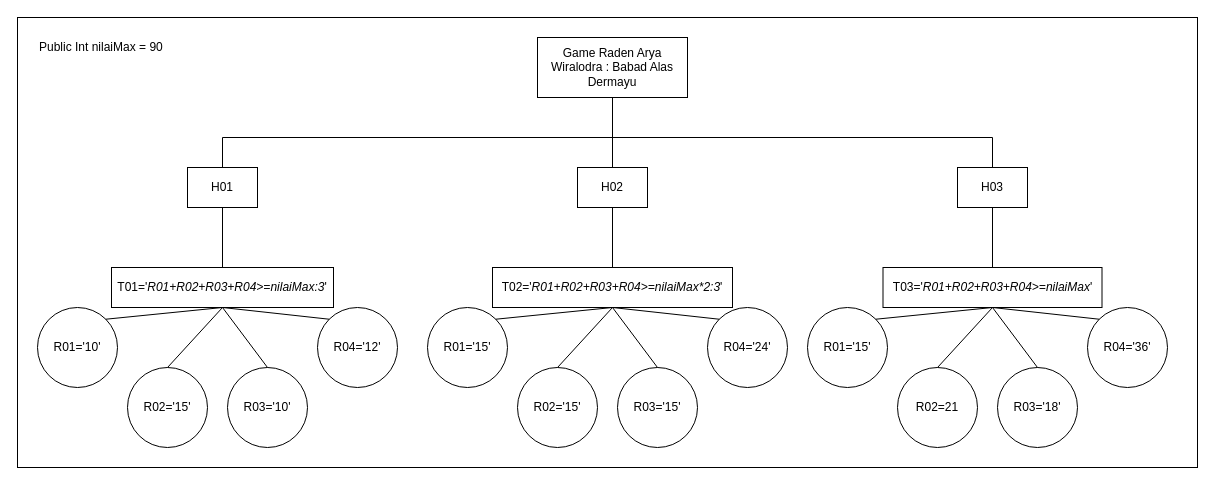
The draw.io diagram Inference tree review.drawio in aduar242/ClassDiagram, before the edit. Source tidied: cells renumbered, new cells numbered last; positions are measured from the earlier drawing's top-left corner, leaving out a move shared by most shapes. Both pictures are drawn from the tidied source at 100%, with x=0, y=0 at pixel (17, 17).
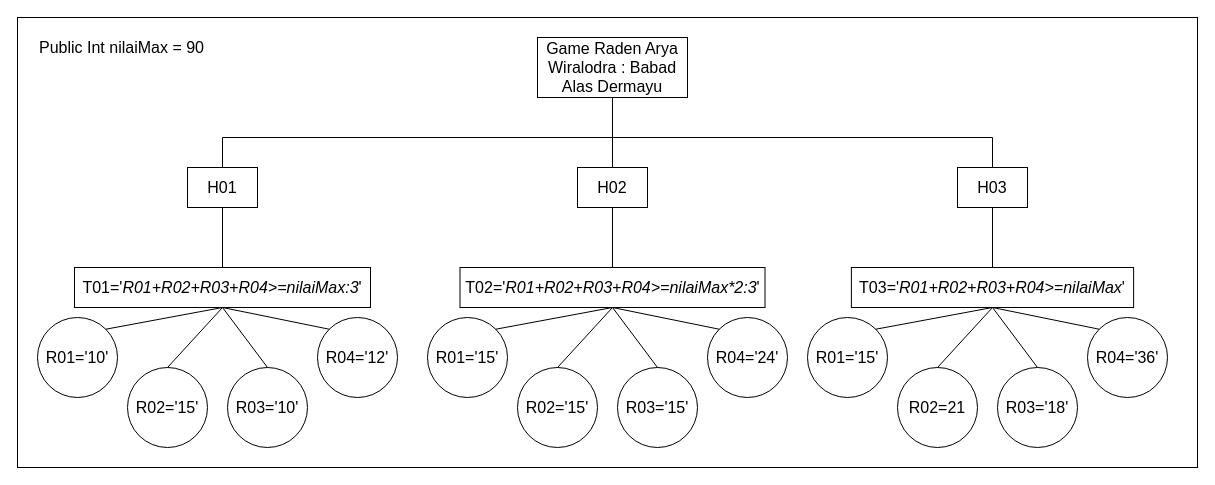
The same diagram, later.

The edit, as a diff of the source:
```diff
@@
-    <mxCell id="2" style="rounded=0;whiteSpace=wrap;html=1;" parent="1" vertex="1">
+    <mxCell id="2" style="rounded=0;whiteSpace=wrap;html=1;fontSize=16;" parent="1" vertex="1">
       <mxGeometry width="1180" height="450" as="geometry" />
     </mxCell>
-    <mxCell id="3" style="edgeStyle=orthogonalEdgeStyle;rounded=0;jettySize=auto;html=1;entryX=0.5;entryY=0;entryDx=0;entryDy=0;endArrow=none;endFill=0;" parent="1" edge="1" source="6" target="10">
+    <mxCell id="3" style="edgeStyle=orthogonalEdgeStyle;rounded=0;jettySize=auto;html=1;entryX=0.5;entryY=0;entryDx=0;entryDy=0;endArrow=none;endFill=0;fontSize=16;" parent="1" edge="1" source="6" target="10">
       <mxGeometry relative="1" as="geometry" />
     </mxCell>
-    <mxCell id="4" style="edgeStyle=orthogonalEdgeStyle;rounded=0;jettySize=auto;html=1;entryX=0.5;entryY=0;entryDx=0;entryDy=0;endArrow=none;endFill=0;" parent="1" edge="1" source="6" target="8">
+    <mxCell id="4" style="edgeStyle=orthogonalEdgeStyle;rounded=0;jettySize=auto;html=1;entryX=0.5;entryY=0;entryDx=0;entryDy=0;endArrow=none;endFill=0;fontSize=16;" parent="1" edge="1" source="6" target="8">
       <mxGeometry relative="1" as="geometry">
         <Array as="points">
           <mxPoint x="595" y="120" />
           <mxPoint x="205" y="120" />
         </Array>
       </mxGeometry>
     </mxCell>
-    <mxCell id="5" style="edgeStyle=orthogonalEdgeStyle;rounded=0;jettySize=auto;html=1;entryX=0.5;entryY=0;entryDx=0;entryDy=0;endArrow=none;endFill=0;" parent="1" edge="1" source="6" target="12">
+    <mxCell id="5" style="edgeStyle=orthogonalEdgeStyle;rounded=0;jettySize=auto;html=1;entryX=0.5;entryY=0;entryDx=0;entryDy=0;endArrow=none;endFill=0;fontSize=16;" parent="1" edge="1" source="6" target="12">
       <mxGeometry relative="1" as="geometry">
         <Array as="points">
           <mxPoint x="595" y="120" />
           <mxPoint x="975" y="120" />
         </Array>
       </mxGeometry>
     </mxCell>
-    <mxCell id="6" value="&lt;span lang=&quot;EN-US&quot;&gt;Game&lt;/span&gt;&lt;i&gt;&lt;span lang=&quot;EN-US&quot;&gt; &lt;/span&gt;&lt;/i&gt;&lt;span lang=&quot;EN-US&quot;&gt;Raden Arya Wiralodra : Babad Alas Dermayu&lt;/span&gt;" style="rounded=0;whiteSpace=wrap;html=1;" parent="1" vertex="1">
+    <mxCell id="6" value="&lt;span style=&quot;font-size: 16px;&quot; lang=&quot;EN-US&quot;&gt;Game&lt;/span&gt;&lt;i style=&quot;font-size: 16px;&quot;&gt;&lt;span style=&quot;font-size: 16px;&quot; lang=&quot;EN-US&quot;&gt; &lt;/span&gt;&lt;/i&gt;&lt;span style=&quot;font-size: 16px;&quot; lang=&quot;EN-US&quot;&gt;Raden Arya Wiralodra : Babad Alas Dermayu&lt;/span&gt;" style="rounded=0;whiteSpace=wrap;html=1;fontSize=16;" parent="1" vertex="1">
       <mxGeometry x="520" y="20" width="150" height="60" as="geometry" />
     </mxCell>
-    <mxCell id="7" style="edgeStyle=orthogonalEdgeStyle;rounded=0;jettySize=auto;html=1;entryX=0.5;entryY=0;entryDx=0;entryDy=0;endArrow=none;endFill=0;" parent="1" edge="1" source="8" target="13">
+    <mxCell id="7" style="edgeStyle=orthogonalEdgeStyle;rounded=0;jettySize=auto;html=1;entryX=0.5;entryY=0;entryDx=0;entryDy=0;endArrow=none;endFill=0;fontSize=16;" parent="1" edge="1" source="8" target="13">
       <mxGeometry relative="1" as="geometry" />
     </mxCell>
-    <mxCell id="8" value="H01" style="rounded=0;whiteSpace=wrap;html=1;" parent="1" vertex="1">
+    <mxCell id="8" value="H01" style="rounded=0;whiteSpace=wrap;html=1;fontSize=16;" parent="1" vertex="1">
       <mxGeometry x="170" y="150" width="70" height="40" as="geometry" />
     </mxCell>
-    <mxCell id="9" style="edgeStyle=orthogonalEdgeStyle;rounded=0;jettySize=auto;html=1;entryX=0.5;entryY=0;entryDx=0;entryDy=0;endArrow=none;endFill=0;" parent="1" edge="1" source="10" target="22">
+    <mxCell id="9" style="edgeStyle=orthogonalEdgeStyle;rounded=0;jettySize=auto;html=1;entryX=0.5;entryY=0;entryDx=0;entryDy=0;endArrow=none;endFill=0;fontSize=16;" parent="1" edge="1" source="10" target="22">
       <mxGeometry relative="1" as="geometry" />
     </mxCell>
-    <mxCell id="10" value="H02" style="rounded=0;whiteSpace=wrap;html=1;" parent="1" vertex="1">
+    <mxCell id="10" value="H02" style="rounded=0;whiteSpace=wrap;html=1;fontSize=16;" parent="1" vertex="1">
       <mxGeometry x="560" y="150" width="70" height="40" as="geometry" />
     </mxCell>
-    <mxCell id="11" style="edgeStyle=orthogonalEdgeStyle;rounded=0;jettySize=auto;html=1;entryX=0.5;entryY=0;entryDx=0;entryDy=0;endArrow=none;endFill=0;" parent="1" edge="1" source="12" target="31">
+    <mxCell id="11" style="edgeStyle=orthogonalEdgeStyle;rounded=0;jettySize=auto;html=1;entryX=0.5;entryY=0;entryDx=0;entryDy=0;endArrow=none;endFill=0;fontSize=16;" parent="1" edge="1" source="12" target="31">
       <mxGeometry relative="1" as="geometry" />
     </mxCell>
-    <mxCell id="12" value="H03" style="rounded=0;whiteSpace=wrap;html=1;" parent="1" vertex="1">
+    <mxCell id="12" value="H03" style="rounded=0;whiteSpace=wrap;html=1;fontSize=16;" parent="1" vertex="1">
       <mxGeometry x="940" y="150" width="70" height="40" as="geometry" />
     </mxCell>
-    <mxCell id="13" value="T01='&lt;i&gt;&lt;span lang=&quot;EN-US&quot;&gt;R01+R02+R03+R04&amp;gt;=nilaiMax:3&lt;/span&gt;&lt;/i&gt;'" style="rounded=0;whiteSpace=wrap;html=1;" parent="1" vertex="1">
-      <mxGeometry x="94" y="250" width="222" height="40" as="geometry" />
+    <mxCell id="13" value="T01='&lt;i style=&quot;font-size: 16px;&quot;&gt;&lt;span style=&quot;font-size: 16px;&quot; lang=&quot;EN-US&quot;&gt;R01+R02+R03+R04&amp;gt;=nilaiMax:3&lt;/span&gt;&lt;/i&gt;'" style="rounded=0;whiteSpace=wrap;html=1;fontSize=16;" parent="1" vertex="1">
+      <mxGeometry x="57" y="250" width="296" height="40" as="geometry" />
     </mxCell>
-    <mxCell id="14" value="R02='15'" style="ellipse;whiteSpace=wrap;html=1;" parent="1" vertex="1">
+    <mxCell id="14" value="R02='15'" style="ellipse;whiteSpace=wrap;html=1;fontSize=16;" parent="1" vertex="1">
       <mxGeometry x="110" y="350" width="80" height="80" as="geometry" />
     </mxCell>
-    <mxCell id="15" value="&lt;div&gt;R03='10'&lt;/div&gt;" style="ellipse;whiteSpace=wrap;html=1;" parent="1" vertex="1">
+    <mxCell id="15" value="&lt;div style=&quot;font-size: 16px;&quot;&gt;R03='10'&lt;/div&gt;" style="ellipse;whiteSpace=wrap;html=1;fontSize=16;" parent="1" vertex="1">
       <mxGeometry x="210" y="350" width="80" height="80" as="geometry" />
     </mxCell>
-    <mxCell id="16" value="R04='12'" style="ellipse;whiteSpace=wrap;html=1;" parent="1" vertex="1">
-      <mxGeometry x="300" y="290" width="80" height="80" as="geometry" />
+    <mxCell id="16" value="R04='12'" style="ellipse;whiteSpace=wrap;html=1;fontSize=16;" parent="1" vertex="1">
+      <mxGeometry x="300" y="300" width="80" height="80" as="geometry" />
     </mxCell>
-    <mxCell id="17" value="&lt;div&gt;R01='10'&lt;/div&gt;" style="ellipse;whiteSpace=wrap;html=1;" parent="1" vertex="1">
-      <mxGeometry x="20" y="290" width="80" height="80" as="geometry" />
+    <mxCell id="17" value="&lt;div style=&quot;font-size: 16px;&quot;&gt;R01='10'&lt;/div&gt;" style="ellipse;whiteSpace=wrap;html=1;fontSize=16;" parent="1" vertex="1">
+      <mxGeometry x="20" y="300" width="80" height="80" as="geometry" />
     </mxCell>
-    <mxCell id="18" style="endArrow=none;html=1;exitX=0.5;exitY=1;exitDx=0;exitDy=0;entryX=1;entryY=0;entryDx=0;entryDy=0;" parent="1" edge="1" source="13" target="17">
+    <mxCell id="18" style="endArrow=none;html=1;exitX=0.5;exitY=1;exitDx=0;exitDy=0;entryX=1;entryY=0;entryDx=0;entryDy=0;fontSize=16;" parent="1" edge="1" source="13" target="17">
       <mxGeometry relative="1" as="geometry" />
     </mxCell>
-    <mxCell id="19" style="endArrow=none;html=1;exitX=0.5;exitY=1;exitDx=0;exitDy=0;entryX=0.5;entryY=0;entryDx=0;entryDy=0;" parent="1" edge="1" target="14">
+    <mxCell id="19" style="endArrow=none;html=1;exitX=0.5;exitY=1;exitDx=0;exitDy=0;entryX=0.5;entryY=0;entryDx=0;entryDy=0;fontSize=16;" parent="1" edge="1" target="14">
       <mxGeometry relative="1" as="geometry">
         <mxPoint x="205" y="290" as="sourcePoint" />
       </mxGeometry>
     </mxCell>
-    <mxCell id="20" style="endArrow=none;html=1;exitX=0.5;exitY=1;exitDx=0;exitDy=0;entryX=0.5;entryY=0;entryDx=0;entryDy=0;" parent="1" edge="1" target="15">
+    <mxCell id="20" style="endArrow=none;html=1;exitX=0.5;exitY=1;exitDx=0;exitDy=0;entryX=0.5;entryY=0;entryDx=0;entryDy=0;fontSize=16;" parent="1" edge="1" target="15">
       <mxGeometry relative="1" as="geometry">
         <mxPoint x="205" y="290" as="sourcePoint" />
       </mxGeometry>
     </mxCell>
-    <mxCell id="21" style="endArrow=none;html=1;exitX=0.5;exitY=1;exitDx=0;exitDy=0;entryX=0;entryY=0;entryDx=0;entryDy=0;" parent="1" edge="1" target="16">
+    <mxCell id="21" style="endArrow=none;html=1;exitX=0.5;exitY=1;exitDx=0;exitDy=0;entryX=0;entryY=0;entryDx=0;entryDy=0;fontSize=16;" parent="1" edge="1" target="16">
       <mxGeometry relative="1" as="geometry">
         <mxPoint x="205" y="290" as="sourcePoint" />
       </mxGeometry>
     </mxCell>
-    <mxCell id="22" value="T02='&lt;i&gt;&lt;span lang=&quot;EN-US&quot;&gt;R01+R02+R03+R04&amp;gt;=&lt;/span&gt;&lt;/i&gt;&lt;i&gt;&lt;span lang=&quot;EN-US&quot;&gt;nilaiMax*2:3&lt;/span&gt;&lt;/i&gt;'" style="rounded=0;whiteSpace=wrap;html=1;" parent="1" vertex="1">
-      <mxGeometry x="475" y="250" width="240" height="40" as="geometry" />
+    <mxCell id="22" value="T02='&lt;i style=&quot;font-size: 16px;&quot;&gt;&lt;span style=&quot;font-size: 16px;&quot; lang=&quot;EN-US&quot;&gt;R01+R02+R03+R04&amp;gt;=&lt;/span&gt;&lt;/i&gt;&lt;i style=&quot;font-size: 16px;&quot;&gt;&lt;span style=&quot;font-size: 16px;&quot; lang=&quot;EN-US&quot;&gt;nilaiMax*2:3&lt;/span&gt;&lt;/i&gt;'" style="rounded=0;whiteSpace=wrap;html=1;fontSize=16;" parent="1" vertex="1">
+      <mxGeometry x="442.5" y="250" width="305" height="40" as="geometry" />
     </mxCell>
-    <mxCell id="23" value="R02='15'" style="ellipse;whiteSpace=wrap;html=1;" parent="1" vertex="1">
+    <mxCell id="23" value="R02='15'" style="ellipse;whiteSpace=wrap;html=1;fontSize=16;" parent="1" vertex="1">
       <mxGeometry x="500" y="350" width="80" height="80" as="geometry" />
     </mxCell>
-    <mxCell id="24" value="&lt;div&gt;R03='15'&lt;/div&gt;" style="ellipse;whiteSpace=wrap;html=1;" parent="1" vertex="1">
+    <mxCell id="24" value="&lt;div style=&quot;font-size: 16px;&quot;&gt;R03='15'&lt;/div&gt;" style="ellipse;whiteSpace=wrap;html=1;fontSize=16;" parent="1" vertex="1">
       <mxGeometry x="600" y="350" width="80" height="80" as="geometry" />
     </mxCell>
-    <mxCell id="25" value="R04='24'" style="ellipse;whiteSpace=wrap;html=1;" parent="1" vertex="1">
-      <mxGeometry x="690" y="290" width="80" height="80" as="geometry" />
+    <mxCell id="25" value="R04='24'" style="ellipse;whiteSpace=wrap;html=1;fontSize=16;" parent="1" vertex="1">
+      <mxGeometry x="690" y="300" width="80" height="80" as="geometry" />
     </mxCell>
-    <mxCell id="26" value="&lt;div&gt;R01='15'&lt;/div&gt;" style="ellipse;whiteSpace=wrap;html=1;" parent="1" vertex="1">
-      <mxGeometry x="410" y="290" width="80" height="80" as="geometry" />
+    <mxCell id="26" value="&lt;div style=&quot;font-size: 16px;&quot;&gt;R01='15'&lt;/div&gt;" style="ellipse;whiteSpace=wrap;html=1;fontSize=16;" parent="1" vertex="1">
+      <mxGeometry x="410" y="300" width="80" height="80" as="geometry" />
     </mxCell>
-    <mxCell id="27" style="endArrow=none;html=1;exitX=0.5;exitY=1;exitDx=0;exitDy=0;entryX=1;entryY=0;entryDx=0;entryDy=0;" parent="1" edge="1" source="22" target="26">
+    <mxCell id="27" style="endArrow=none;html=1;exitX=0.5;exitY=1;exitDx=0;exitDy=0;entryX=1;entryY=0;entryDx=0;entryDy=0;fontSize=16;" parent="1" edge="1" source="22" target="26">
       <mxGeometry relative="1" as="geometry" />
     </mxCell>
-    <mxCell id="28" style="endArrow=none;html=1;exitX=0.5;exitY=1;exitDx=0;exitDy=0;entryX=0.5;entryY=0;entryDx=0;entryDy=0;" parent="1" edge="1" target="23">
+    <mxCell id="28" style="endArrow=none;html=1;exitX=0.5;exitY=1;exitDx=0;exitDy=0;entryX=0.5;entryY=0;entryDx=0;entryDy=0;fontSize=16;" parent="1" edge="1" target="23">
       <mxGeometry relative="1" as="geometry">
         <mxPoint x="595" y="290" as="sourcePoint" />
       </mxGeometry>
     </mxCell>
-    <mxCell id="29" style="endArrow=none;html=1;exitX=0.5;exitY=1;exitDx=0;exitDy=0;entryX=0.5;entryY=0;entryDx=0;entryDy=0;" parent="1" edge="1" target="24">
+    <mxCell id="29" style="endArrow=none;html=1;exitX=0.5;exitY=1;exitDx=0;exitDy=0;entryX=0.5;entryY=0;entryDx=0;entryDy=0;fontSize=16;" parent="1" edge="1" target="24">
       <mxGeometry relative="1" as="geometry">
         <mxPoint x="595" y="290" as="sourcePoint" />
       </mxGeometry>
     </mxCell>
-    <mxCell id="30" style="endArrow=none;html=1;exitX=0.5;exitY=1;exitDx=0;exitDy=0;entryX=0;entryY=0;entryDx=0;entryDy=0;" parent="1" edge="1" target="25">
+    <mxCell id="30" style="endArrow=none;html=1;exitX=0.5;exitY=1;exitDx=0;exitDy=0;entryX=0;entryY=0;entryDx=0;entryDy=0;fontSize=16;" parent="1" edge="1" target="25">
       <mxGeometry relative="1" as="geometry">
         <mxPoint x="595" y="290" as="sourcePoint" />
       </mxGeometry>
     </mxCell>
-    <mxCell id="31" value="&lt;div&gt;T03='&lt;i&gt;&lt;span lang=&quot;EN-US&quot;&gt;R01+R02+R03+R04&amp;gt;=&lt;/span&gt;&lt;/i&gt;&lt;i&gt;&lt;span lang=&quot;EN-US&quot;&gt;nilaiMax&lt;/span&gt;&lt;/i&gt;'&lt;/div&gt;" style="rounded=0;whiteSpace=wrap;html=1;" parent="1" vertex="1">
-      <mxGeometry x="865.5" y="250" width="219" height="40" as="geometry" />
+    <mxCell id="31" value="&lt;div style=&quot;font-size: 16px;&quot;&gt;T03='&lt;i style=&quot;font-size: 16px;&quot;&gt;&lt;span style=&quot;font-size: 16px;&quot; lang=&quot;EN-US&quot;&gt;R01+R02+R03+R04&amp;gt;=&lt;/span&gt;&lt;/i&gt;&lt;i style=&quot;font-size: 16px;&quot;&gt;&lt;span style=&quot;font-size: 16px;&quot; lang=&quot;EN-US&quot;&gt;nilaiMax&lt;/span&gt;&lt;/i&gt;'&lt;/div&gt;" style="rounded=0;whiteSpace=wrap;html=1;fontSize=16;" parent="1" vertex="1">
+      <mxGeometry x="833.9" y="250" width="282.2" height="40" as="geometry" />
     </mxCell>
-    <mxCell id="32" value="R02=21" style="ellipse;whiteSpace=wrap;html=1;" parent="1" vertex="1">
+    <mxCell id="32" value="R02=21" style="ellipse;whiteSpace=wrap;html=1;fontSize=16;" parent="1" vertex="1">
       <mxGeometry x="880" y="350" width="80" height="80" as="geometry" />
     </mxCell>
-    <mxCell id="33" value="&lt;div&gt;R03='18'&lt;/div&gt;" style="ellipse;whiteSpace=wrap;html=1;" parent="1" vertex="1">
+    <mxCell id="33" value="&lt;div style=&quot;font-size: 16px;&quot;&gt;R03='18'&lt;/div&gt;" style="ellipse;whiteSpace=wrap;html=1;fontSize=16;" parent="1" vertex="1">
       <mxGeometry x="980" y="350" width="80" height="80" as="geometry" />
     </mxCell>
-    <mxCell id="34" value="R04='36'" style="ellipse;whiteSpace=wrap;html=1;" parent="1" vertex="1">
-      <mxGeometry x="1070" y="290" width="80" height="80" as="geometry" />
+    <mxCell id="34" value="R04='36'" style="ellipse;whiteSpace=wrap;html=1;fontSize=16;" parent="1" vertex="1">
+      <mxGeometry x="1070" y="300" width="80" height="80" as="geometry" />
     </mxCell>
-    <mxCell id="35" value="&lt;div&gt;R01='15'&lt;/div&gt;" style="ellipse;whiteSpace=wrap;html=1;" parent="1" vertex="1">
-      <mxGeometry x="790" y="290" width="80" height="80" as="geometry" />
+    <mxCell id="35" value="&lt;div style=&quot;font-size: 16px;&quot;&gt;R01='15'&lt;/div&gt;" style="ellipse;whiteSpace=wrap;html=1;fontSize=16;" parent="1" vertex="1">
+      <mxGeometry x="790" y="300" width="80" height="80" as="geometry" />
     </mxCell>
-    <mxCell id="36" style="endArrow=none;html=1;exitX=0.5;exitY=1;exitDx=0;exitDy=0;entryX=1;entryY=0;entryDx=0;entryDy=0;" parent="1" edge="1" source="31" target="35">
+    <mxCell id="36" style="endArrow=none;html=1;exitX=0.5;exitY=1;exitDx=0;exitDy=0;entryX=1;entryY=0;entryDx=0;entryDy=0;fontSize=16;" parent="1" edge="1" source="31" target="35">
       <mxGeometry relative="1" as="geometry" />
     </mxCell>
-    <mxCell id="37" style="endArrow=none;html=1;exitX=0.5;exitY=1;exitDx=0;exitDy=0;entryX=0.5;entryY=0;entryDx=0;entryDy=0;" parent="1" edge="1" target="32">
+    <mxCell id="37" style="endArrow=none;html=1;exitX=0.5;exitY=1;exitDx=0;exitDy=0;entryX=0.5;entryY=0;entryDx=0;entryDy=0;fontSize=16;" parent="1" edge="1" target="32">
       <mxGeometry relative="1" as="geometry">
         <mxPoint x="975" y="290" as="sourcePoint" />
       </mxGeometry>
     </mxCell>
-    <mxCell id="38" style="endArrow=none;html=1;exitX=0.5;exitY=1;exitDx=0;exitDy=0;entryX=0.5;entryY=0;entryDx=0;entryDy=0;" parent="1" edge="1" target="33">
+    <mxCell id="38" style="endArrow=none;html=1;exitX=0.5;exitY=1;exitDx=0;exitDy=0;entryX=0.5;entryY=0;entryDx=0;entryDy=0;fontSize=16;" parent="1" edge="1" target="33">
       <mxGeometry relative="1" as="geometry">
         <mxPoint x="975" y="290" as="sourcePoint" />
       </mxGeometry>
     </mxCell>
-    <mxCell id="39" style="endArrow=none;html=1;exitX=0.5;exitY=1;exitDx=0;exitDy=0;entryX=0;entryY=0;entryDx=0;entryDy=0;" parent="1" edge="1" target="34">
+    <mxCell id="39" style="endArrow=none;html=1;exitX=0.5;exitY=1;exitDx=0;exitDy=0;entryX=0;entryY=0;entryDx=0;entryDy=0;fontSize=16;" parent="1" edge="1" target="34">
       <mxGeometry relative="1" as="geometry">
         <mxPoint x="975" y="290" as="sourcePoint" />
       </mxGeometry>
     </mxCell>
-    <mxCell id="40" value="&lt;div align=&quot;left&quot;&gt;Public Int nilaiMax = 90&lt;br&gt;&lt;/div&gt;" style="text;html=1;strokeColor=none;fillColor=none;align=left;verticalAlign=middle;whiteSpace=wrap;rounded=0;" parent="1" vertex="1">
-      <mxGeometry x="20" y="20" width="150" height="20" as="geometry" />
+    <mxCell id="40" value="&lt;div style=&quot;font-size: 16px;&quot; align=&quot;left&quot;&gt;Public Int nilaiMax = 90&lt;br style=&quot;font-size: 16px;&quot;&gt;&lt;/div&gt;" style="text;html=1;strokeColor=none;fillColor=none;align=left;verticalAlign=middle;whiteSpace=wrap;rounded=0;fontSize=16;" parent="1" vertex="1">
+      <mxGeometry x="20" y="20" width="190" height="20" as="geometry" />
     </mxCell>
```
